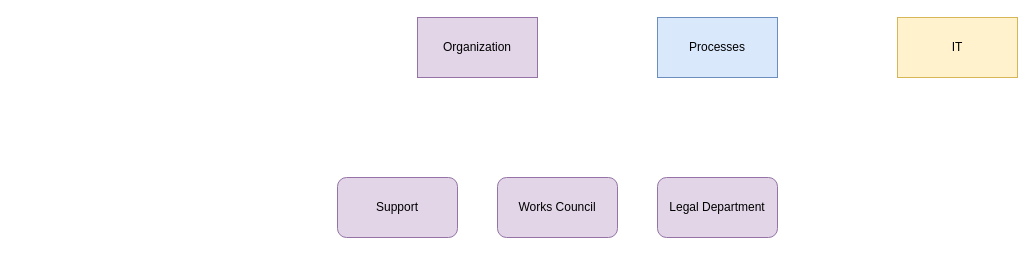
The draw.io diagram Untitled Diagram.drawio in Keller-Michael/abapgit_playground, before the edit. Source tidied: cells renumbered, new cells numbered last; positions are measured from the earlier drawing's top-left corner, leaving out a move shared by most shapes. Both pictures are drawn from the tidied source at 100%, with x=0, y=0 at pixel (337, 17).
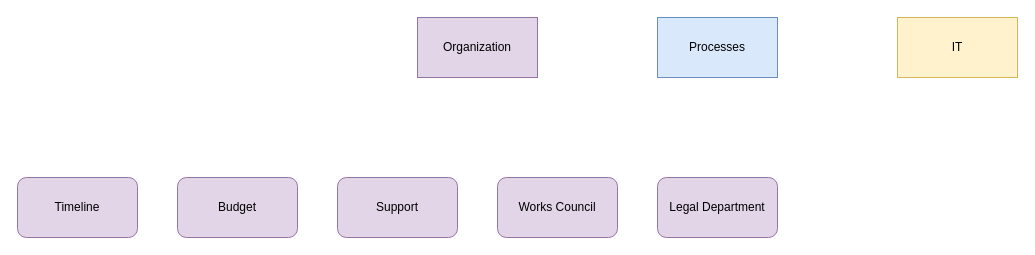
The same page after the edit.

What changed in the source:
```diff
@@
 <mxGraphModel>
   <root>
     <mxCell id="0" />
     <mxCell id="1" parent="0" />
     <mxCell id="2" value="Processes" style="rounded=0;whiteSpace=wrap;html=1;fillColor=#dae8fc;strokeColor=#6c8ebf;" parent="1" vertex="1">
       <mxGeometry x="320" width="120" height="60" as="geometry" />
     </mxCell>
     <mxCell id="3" value="IT" style="rounded=0;whiteSpace=wrap;html=1;fillColor=#fff2cc;strokeColor=#d6b656;" parent="1" vertex="1">
       <mxGeometry x="560" width="120" height="60" as="geometry" />
     </mxCell>
     <mxCell id="4" value="Organization" style="rounded=0;whiteSpace=wrap;html=1;fillColor=#e1d5e7;strokeColor=#9673a6;" parent="1" vertex="1">
       <mxGeometry x="80" width="120" height="60" as="geometry" />
     </mxCell>
     <mxCell id="5" value="Support" style="rounded=1;whiteSpace=wrap;html=1;fillColor=#e1d5e7;strokeColor=#9673a6;" parent="1" vertex="1">
       <mxGeometry y="160" width="120" height="60" as="geometry" />
     </mxCell>
     <mxCell id="6" value="Works Council" style="rounded=1;whiteSpace=wrap;html=1;fillColor=#e1d5e7;strokeColor=#9673a6;" parent="1" vertex="1">
       <mxGeometry x="160" y="160" width="120" height="60" as="geometry" />
     </mxCell>
     <mxCell id="7" value="Legal Department" style="rounded=1;whiteSpace=wrap;html=1;fillColor=#e1d5e7;strokeColor=#9673a6;" parent="1" vertex="1">
       <mxGeometry x="320" y="160" width="120" height="60" as="geometry" />
     </mxCell>
+    <mxCell id="8" value="Budget" style="rounded=1;whiteSpace=wrap;html=1;fillColor=#e1d5e7;strokeColor=#9673a6;" parent="1" vertex="1">
+      <mxGeometry x="-160" y="160" width="120" height="60" as="geometry" />
+    </mxCell>
+    <mxCell id="9" value="Timeline" style="rounded=1;whiteSpace=wrap;html=1;fillColor=#e1d5e7;strokeColor=#9673a6;" parent="1" vertex="1">
+      <mxGeometry x="-320" y="160" width="120" height="60" as="geometry" />
+    </mxCell>
   </root>
 </mxGraphModel>
```
